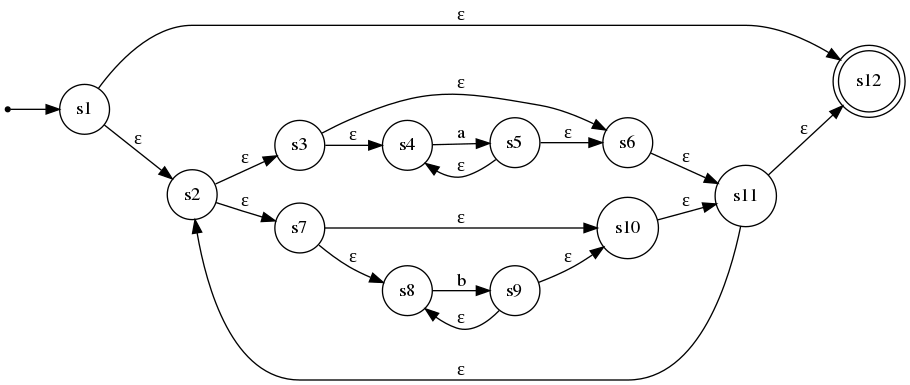
Above: img/nfa.gv.png in vrnch/RE2FA (Graphviz), before the change. Its source is kept beside it as img/nfa.gv. Source of this version:
```dot
digraph nondeterministic_finite_automaton {
	rankdir=LR
	node [shape=doublecircle]
	s12
	node [shape=circle]
	s1 -> s2 [label="ε"]
	s1 -> s12 [label="ε"]
	s11 -> s12 [label="ε"]
	s11 -> s2 [label="ε"]
	s2 -> s3 [label="ε"]
	s2 -> s7 [label="ε"]
	s6 -> s11 [label="ε"]
	s10 -> s11 [label="ε"]
	s3 -> s4 [label="ε"]
	s3 -> s6 [label="ε"]
	s5 -> s6 [label="ε"]
	s5 -> s4 [label="ε"]
	s4 -> s5 [label=a]
	s7 -> s8 [label="ε"]
	s7 -> s10 [label="ε"]
	s9 -> s10 [label="ε"]
	s9 -> s8 [label="ε"]
	s8 -> s9 [label=b]
	node [shape=point]
	"" -> s1
}
```
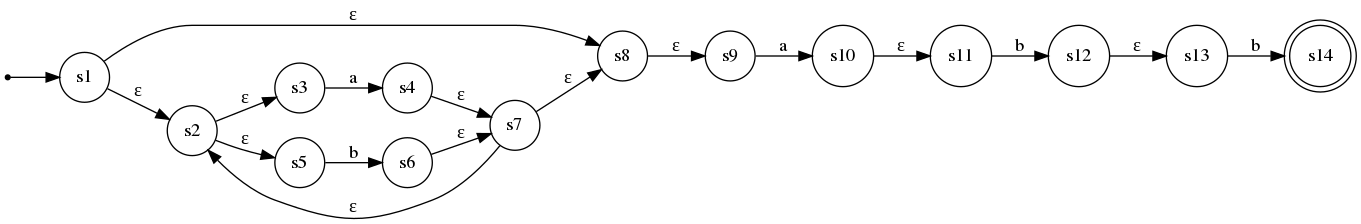
Later version of the same file.

Change to the diagram source:
```diff
@@ -1,26 +1,24 @@
 digraph nondeterministic_finite_automaton {
 	rankdir=LR
 	node [shape=doublecircle]
-	s12
+	s14
 	node [shape=circle]
+	s12 -> s13 [label="ε"]
+	s10 -> s11 [label="ε"]
+	s8 -> s9 [label="ε"]
 	s1 -> s2 [label="ε"]
-	s1 -> s12 [label="ε"]
-	s11 -> s12 [label="ε"]
-	s11 -> s2 [label="ε"]
+	s1 -> s8 [label="ε"]
+	s7 -> s8 [label="ε"]
+	s7 -> s2 [label="ε"]
 	s2 -> s3 [label="ε"]
-	s2 -> s7 [label="ε"]
-	s6 -> s11 [label="ε"]
-	s10 -> s11 [label="ε"]
-	s3 -> s4 [label="ε"]
-	s3 -> s6 [label="ε"]
-	s5 -> s6 [label="ε"]
-	s5 -> s4 [label="ε"]
-	s4 -> s5 [label=a]
-	s7 -> s8 [label="ε"]
-	s7 -> s10 [label="ε"]
-	s9 -> s10 [label="ε"]
-	s9 -> s8 [label="ε"]
-	s8 -> s9 [label=b]
+	s2 -> s5 [label="ε"]
+	s4 -> s7 [label="ε"]
+	s6 -> s7 [label="ε"]
+	s3 -> s4 [label=a]
+	s5 -> s6 [label=b]
+	s9 -> s10 [label=a]
+	s11 -> s12 [label=b]
+	s13 -> s14 [label=b]
 	node [shape=point]
 	"" -> s1
 }
```
